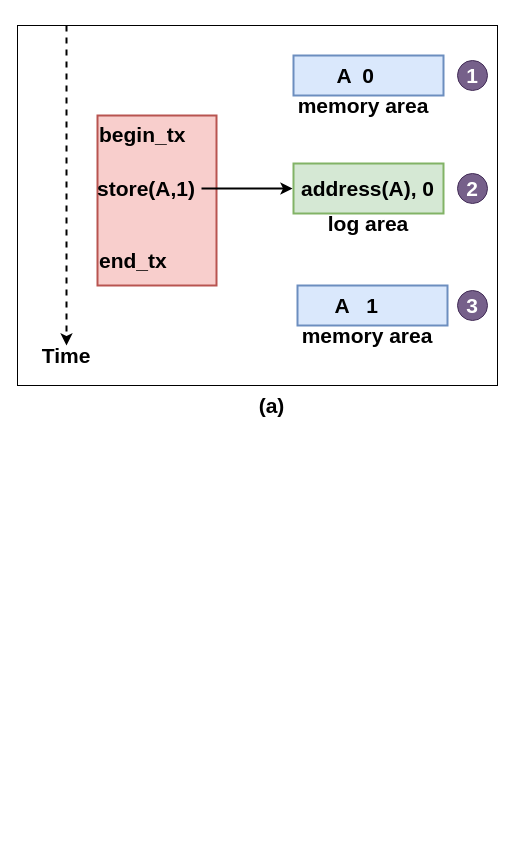
The draw.io diagram system_diagram.drawio in arunkp1986/CAR3S, before the edit. Source tidied: cells renumbered, new cells numbered last; positions are measured from the earlier drawing's top-left corner, leaving out a move shared by most shapes. Both pictures are drawn from the tidied source at 100%, with x=0, y=0 at pixel (17, 25).
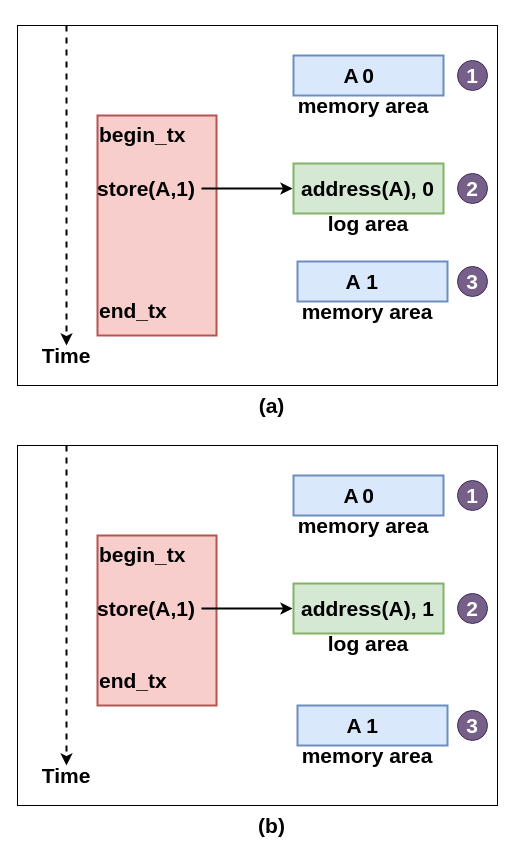
The same diagram, later.

The edit, as a diff of the source:
```diff
@@
-    <mxCell id="4" value="begin_tx&lt;br style=&quot;font-size: 21px&quot;&gt;&amp;nbsp;&lt;br&gt;&lt;br&gt;&lt;br&gt;&lt;br&gt;&lt;span&gt;end_tx&lt;/span&gt;" style="text;html=1;fillColor=#f8cecc;align=left;verticalAlign=top;whiteSpace=wrap;rounded=0;fontSize=21;strokeWidth=2;strokeColor=#b85450;fontStyle=1;" parent="1" vertex="1">
-      <mxGeometry x="80" y="90" width="119" height="170" as="geometry" />
+    <mxCell id="4" value="begin_tx&lt;br style=&quot;font-size: 21px&quot;&gt;&amp;nbsp;&lt;br&gt;&lt;br&gt;&lt;br&gt;&lt;span&gt;&lt;br&gt;&lt;br&gt;&lt;br&gt;end_tx&lt;/span&gt;" style="text;html=1;fillColor=#f8cecc;align=left;verticalAlign=top;whiteSpace=wrap;rounded=0;fontSize=21;strokeWidth=2;strokeColor=#b85450;fontStyle=1;" parent="1" vertex="1">
+      <mxGeometry x="80" y="90" width="119" height="220" as="geometry" />
     </mxCell>
@@
     <mxCell id="7" value="1" style="rounded=0;whiteSpace=wrap;html=1;fontSize=21;fillColor=#dae8fc;strokeColor=#6c8ebf;strokeWidth=2;fontStyle=1;" parent="1" vertex="1">
-      <mxGeometry x="280" y="260" width="150" height="40" as="geometry" />
+      <mxGeometry x="280" y="236" width="150" height="40" as="geometry" />
     </mxCell>
@@
     <mxCell id="15" value="memory area" style="text;html=1;strokeColor=none;fillColor=none;align=center;verticalAlign=middle;whiteSpace=wrap;rounded=0;fontSize=21;fontStyle=1;" parent="1" vertex="1">
-      <mxGeometry x="280" y="300" width="140" height="20" as="geometry" />
+      <mxGeometry x="280" y="276" width="140" height="20" as="geometry" />
     </mxCell>
     <mxCell id="16" value="A" style="text;html=1;strokeColor=none;fillColor=none;align=center;verticalAlign=middle;whiteSpace=wrap;rounded=0;fontSize=21;fontColor=#000000;fontStyle=1;" parent="1" vertex="1">
-      <mxGeometry x="307" y="40" width="40" height="20" as="geometry" />
+      <mxGeometry x="314" y="40" width="40" height="20" as="geometry" />
     </mxCell>
     <mxCell id="17" value="A" style="text;html=1;strokeColor=none;fillColor=none;align=center;verticalAlign=middle;whiteSpace=wrap;rounded=0;fontSize=21;fontColor=#000000;fontStyle=1;" parent="1" vertex="1">
-      <mxGeometry x="305" y="270" width="40" height="20" as="geometry" />
+      <mxGeometry x="316" y="246" width="40" height="20" as="geometry" />
     </mxCell>
     <mxCell id="18" value="3" style="ellipse;whiteSpace=wrap;html=1;fontSize=21;fontColor=#ffffff;fillColor=#76608a;align=center;fontStyle=1;strokeColor=#432D57;" parent="1" vertex="1">
-      <mxGeometry x="440" y="265" width="30" height="30" as="geometry" />
+      <mxGeometry x="440" y="241" width="30" height="30" as="geometry" />
     </mxCell>
@@
+    <mxCell id="21" style="rounded=0;whiteSpace=wrap;html=1;fontSize=21;fontColor=#000000;align=left;fillColor=#FFFFFF;" parent="1" vertex="1">
+      <mxGeometry y="420" width="480" height="360" as="geometry" />
+    </mxCell>
+    <mxCell id="22" style="rounded=0;whiteSpace=wrap;html=1;fillColor=#d5e8d4;strokeColor=#82b366;strokeWidth=2;" parent="1" vertex="1">
+      <mxGeometry x="276" y="558" width="150" height="50" as="geometry" />
+    </mxCell>
+    <mxCell id="23" value="begin_tx&lt;br style=&quot;font-size: 21px&quot;&gt;&amp;nbsp;&lt;br&gt;&lt;br&gt;&lt;br&gt;&lt;br&gt;&lt;span&gt;end_tx&lt;/span&gt;" style="text;html=1;fillColor=#f8cecc;align=left;verticalAlign=top;whiteSpace=wrap;rounded=0;fontSize=21;strokeWidth=2;strokeColor=#b85450;fontStyle=1;" parent="1" vertex="1">
+      <mxGeometry x="80" y="510" width="119" height="170" as="geometry" />
+    </mxCell>
+    <mxCell id="24" value="memory area" style="text;html=1;strokeColor=none;fillColor=none;align=center;verticalAlign=middle;whiteSpace=wrap;rounded=0;fontSize=21;fontStyle=1;" parent="1" vertex="1">
+      <mxGeometry x="276" y="490" width="140" height="20" as="geometry" />
+    </mxCell>
+    <mxCell id="25" style="endArrow=classic;html=1;fontSize=21;strokeWidth=2;dashed=1;fontStyle=1;" parent="1" edge="1" target="29">
+      <mxGeometry relative="1" as="geometry">
+        <mxPoint x="49" y="420" as="sourcePoint" />
+      </mxGeometry>
+    </mxCell>
+    <mxCell id="26" value="1" style="rounded=0;whiteSpace=wrap;html=1;fontSize=21;fillColor=#dae8fc;strokeColor=#6c8ebf;strokeWidth=2;fontStyle=1;" parent="1" vertex="1">
+      <mxGeometry x="280" y="680" width="150" height="40" as="geometry" />
+    </mxCell>
+    <mxCell id="27" value="0" style="rounded=0;whiteSpace=wrap;html=1;fontSize=21;strokeWidth=2;fillColor=#dae8fc;strokeColor=#6c8ebf;fontStyle=1;" parent="1" vertex="1">
+      <mxGeometry x="276" y="450" width="150" height="40" as="geometry" />
+    </mxCell>
+    <mxCell id="28" value="log area" style="text;html=1;strokeColor=none;fillColor=none;align=center;verticalAlign=middle;whiteSpace=wrap;rounded=0;fontSize=21;fontStyle=1;" parent="1" vertex="1">
+      <mxGeometry x="301" y="608" width="100" height="20" as="geometry" />
+    </mxCell>
+    <mxCell id="29" value="Time" style="text;html=1;strokeColor=none;fillColor=none;align=center;verticalAlign=middle;whiteSpace=wrap;rounded=0;fontSize=21;fontStyle=1;" parent="1" vertex="1">
+      <mxGeometry x="29" y="740" width="40" height="20" as="geometry" />
+    </mxCell>
+    <mxCell id="30" style="edgeStyle=orthogonalEdgeStyle;rounded=0;jettySize=auto;html=1;entryX=0;entryY=0.5;entryDx=0;entryDy=0;fontSize=21;fontColor=#000000;strokeWidth=2;" parent="1" edge="1" source="31" target="33">
+      <mxGeometry relative="1" as="geometry" />
+    </mxCell>
+    <mxCell id="31" value="store(A,1)" style="text;html=1;strokeColor=none;fillColor=none;align=center;verticalAlign=middle;whiteSpace=wrap;rounded=0;fontSize=21;fontStyle=1;" parent="1" vertex="1">
+      <mxGeometry x="74" y="573" width="110" height="20" as="geometry" />
+    </mxCell>
+    <mxCell id="32" value="(b)" style="text;html=1;strokeColor=none;fillColor=none;align=center;verticalAlign=middle;whiteSpace=wrap;rounded=0;fontSize=21;fontStyle=1;" parent="1" vertex="1">
+      <mxGeometry x="179" y="790" width="151" height="20" as="geometry" />
+    </mxCell>
+    <mxCell id="33" value="address(A), 1" style="text;html=1;strokeColor=none;fillColor=none;align=center;verticalAlign=middle;whiteSpace=wrap;rounded=0;fontSize=21;fontStyle=1;" parent="1" vertex="1">
+      <mxGeometry x="275" y="573" width="151" height="20" as="geometry" />
+    </mxCell>
+    <mxCell id="34" value="memory area" style="text;html=1;strokeColor=none;fillColor=none;align=center;verticalAlign=middle;whiteSpace=wrap;rounded=0;fontSize=21;fontStyle=1;" parent="1" vertex="1">
+      <mxGeometry x="280" y="720" width="140" height="20" as="geometry" />
+    </mxCell>
+    <mxCell id="35" value="A" style="text;html=1;strokeColor=none;fillColor=none;align=center;verticalAlign=middle;whiteSpace=wrap;rounded=0;fontSize=21;fontColor=#000000;fontStyle=1;" parent="1" vertex="1">
+      <mxGeometry x="314" y="460" width="40" height="20" as="geometry" />
+    </mxCell>
+    <mxCell id="36" value="A" style="text;html=1;strokeColor=none;fillColor=none;align=center;verticalAlign=middle;whiteSpace=wrap;rounded=0;fontSize=21;fontColor=#000000;fontStyle=1;" parent="1" vertex="1">
+      <mxGeometry x="317" y="690" width="40" height="20" as="geometry" />
+    </mxCell>
+    <mxCell id="37" value="3" style="ellipse;whiteSpace=wrap;html=1;fontSize=21;fontColor=#ffffff;fillColor=#76608a;align=center;fontStyle=1;strokeColor=#432D57;" parent="1" vertex="1">
+      <mxGeometry x="440" y="685" width="30" height="30" as="geometry" />
+    </mxCell>
+    <mxCell id="38" value="2" style="ellipse;whiteSpace=wrap;html=1;fontSize=21;fontColor=#ffffff;fillColor=#76608a;align=center;fontStyle=1;strokeColor=#432D57;" parent="1" vertex="1">
+      <mxGeometry x="440" y="568" width="30" height="30" as="geometry" />
+    </mxCell>
+    <mxCell id="39" value="1" style="ellipse;whiteSpace=wrap;html=1;fontSize=21;fontColor=#ffffff;fillColor=#76608a;align=center;fontStyle=1;strokeColor=#432D57;" parent="1" vertex="1">
+      <mxGeometry x="440" y="455" width="30" height="30" as="geometry" />
+    </mxCell>
```
